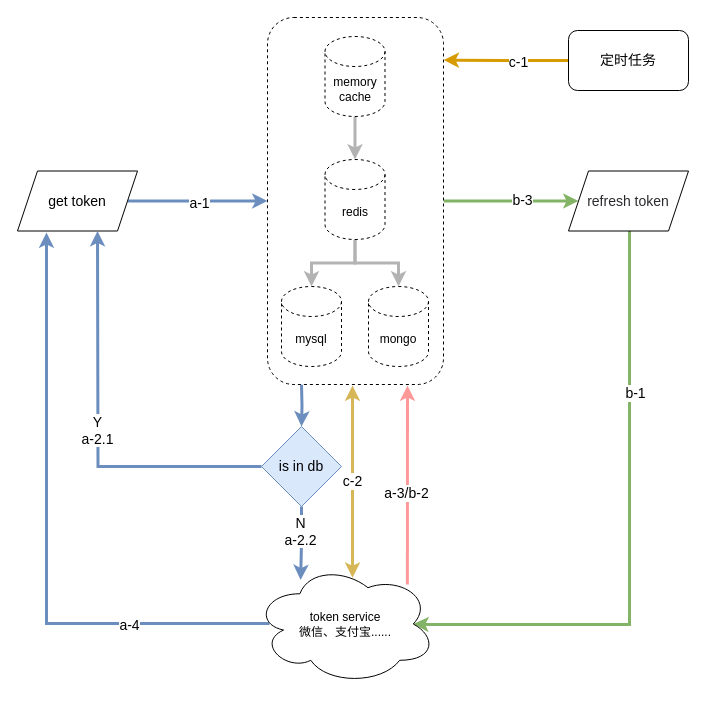
The draw.io diagram public/flowChart.drawio in pighand-com/pighand-token, before the edit. Source tidied: cells renumbered, new cells numbered last; positions are measured from the earlier drawing's top-left corner, leaving out a move shared by most shapes. Both pictures are drawn from the tidied source at 100%, with x=0, y=0 at pixel (17, 17).
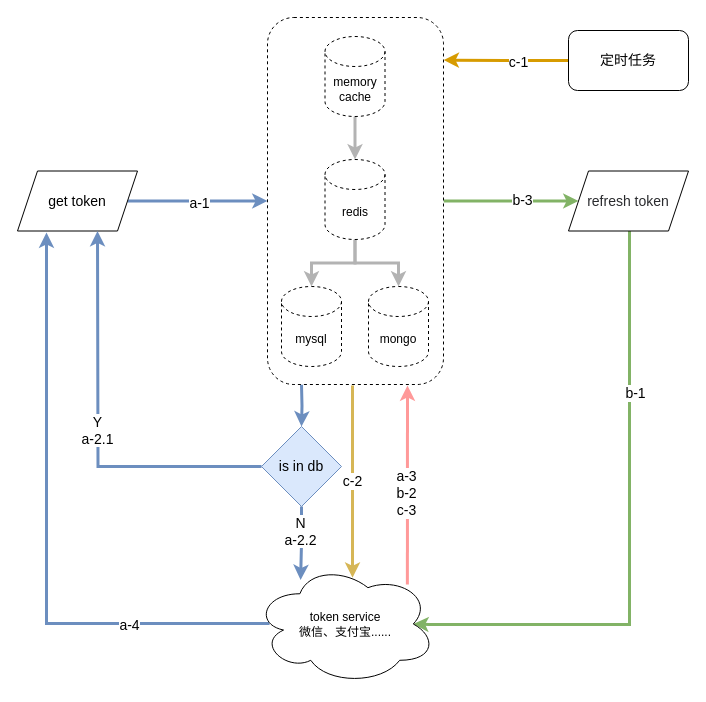
The same diagram, later.

The change refers to these unchanged cells:
```xml
<mxCell id="22" value="token service&lt;br&gt;微信、支付宝......" style="ellipse;shape=cloud;whiteSpace=wrap;html=1;" parent="1" vertex="1">
  <mxGeometry x="237" y="546" width="181.5" height="121" as="geometry" />
</mxCell>
<mxCell id="23" style="endArrow=classic;html=1;rounded=0;strokeColor=#FF9999;strokeWidth=3;exitX=0.782;exitY=0.174;exitDx=0;exitDy=0;exitPerimeter=0;" parent="1" edge="1">
  <mxGeometry relative="1" as="geometry">
    <mxPoint x="389.9" y="567.1" as="sourcePoint" />
    <mxPoint x="390" y="368" as="targetPoint" />
  </mxGeometry>
</mxCell>
```

Change to the diagram source:
```diff
@@
-    <mxCell id="24" value="a-3/b-2" style="edgeLabel;html=1;align=center;verticalAlign=middle;fontSize=14;" parent="23" vertex="1">
+    <mxCell id="24" value="a-3&lt;br&gt;b-2&lt;br&gt;c-3" style="edgeLabel;html=1;align=center;verticalAlign=middle;fontSize=14;" parent="23" vertex="1">
       <mxGeometry x="-0.08" y="1" relative="1" as="geometry" />
     </mxCell>
@@
-    <mxCell id="32" value="c-2" style="endArrow=classic;startArrow=classic;html=1;rounded=0;shadow=0;sketch=0;strokeColor=#d6b656;strokeWidth=3;fontSize=14;exitX=0.54;exitY=0.118;exitDx=0;exitDy=0;exitPerimeter=0;fillColor=#fff2cc;" parent="1" edge="1" source="22">
+    <mxCell id="32" value="c-2" style="endArrow=none;startArrow=classic;html=1;rounded=0;shadow=0;sketch=0;strokeColor=#d6b656;strokeWidth=3;fontSize=14;exitX=0.54;exitY=0.118;exitDx=0;exitDy=0;exitPerimeter=0;fillColor=#fff2cc;endFill=0;" parent="1" edge="1" source="22">
       <mxGeometry relative="1" as="geometry">
         <mxPoint x="335" y="368" as="targetPoint" />
       </mxGeometry>
     </mxCell>
```
